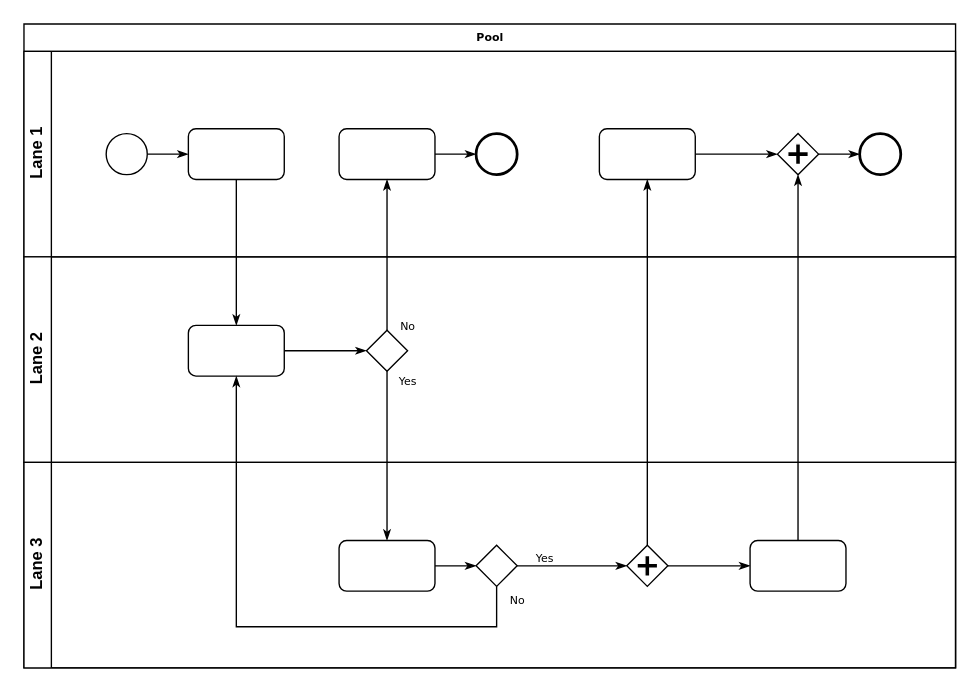
Earlier version of the draw.io diagram Diagrama sin título.drawio (Kapeeee/Diagramas). Source tidied: cells renumbered, new cells numbered last; positions are measured from the earlier drawing's top-left corner, leaving out a move shared by most shapes. Both pictures are drawn from the tidied source at 137%, with x=0, y=0 at pixel (23, 23).
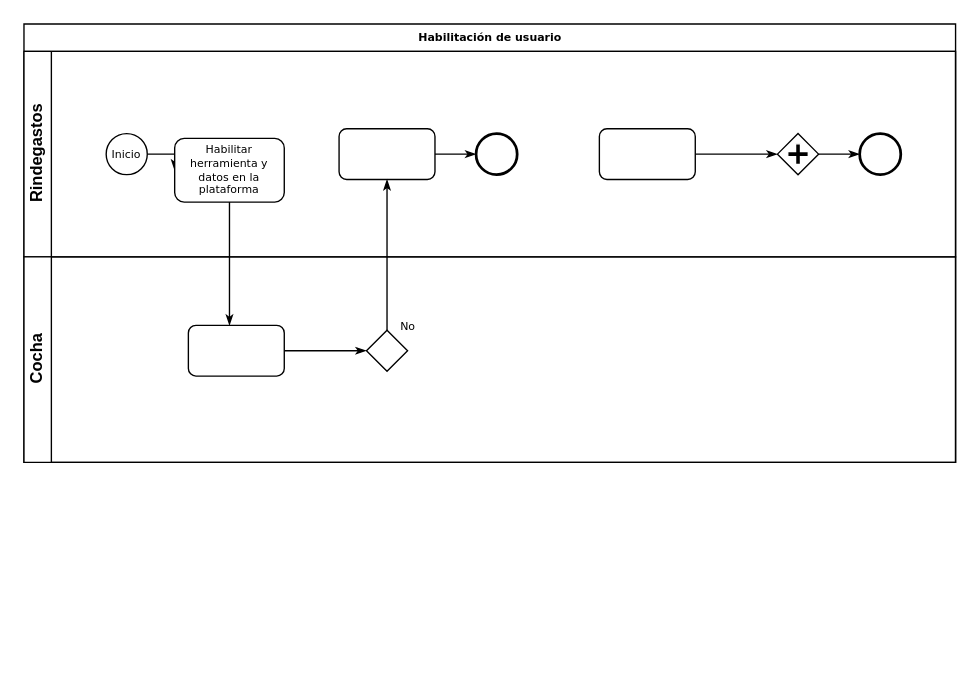
The same page after the edit.

The change refers to these unchanged cells:
```xml
<mxCell id="11" style="rounded=1;whiteSpace=wrap;html=1;shadow=0;labelBackgroundColor=none;strokeWidth=1;fontFamily=Verdana;fontSize=8;align=center;" parent="3" vertex="1">
  <mxGeometry x="420" y="56.5" width="70" height="37" as="geometry" />
</mxCell>
<mxCell id="13" style="shape=mxgraph.bpmn.shape;html=1;verticalLabelPosition=bottom;labelBackgroundColor=#ffffff;verticalAlign=top;perimeter=rhombusPerimeter;background=gateway;outline=none;symbol=parallelGw;rounded=1;shadow=0;strokeWidth=1;fontFamily=Verdana;fontSize=8;align=center;" parent="3" vertex="1">
  <mxGeometry x="550" y="60" width="30" height="30" as="geometry" />
</mxCell>
<mxCell id="17" style="rounded=1;whiteSpace=wrap;html=1;shadow=0;labelBackgroundColor=none;strokeWidth=1;fontFamily=Verdana;fontSize=8;align=center;" parent="15" vertex="1">
  <mxGeometry x="120" y="50" width="70" height="37" as="geometry" />
</mxCell>
<mxCell id="18" style="strokeWidth=1;html=1;shape=mxgraph.flowchart.decision;whiteSpace=wrap;rounded=1;shadow=0;labelBackgroundColor=none;fontFamily=Verdana;fontSize=8;align=center;" parent="15" vertex="1">
  <mxGeometry x="250" y="53.5" width="30" height="30" as="geometry" />
</mxCell>
```

What changed in the source:
```diff
@@
-    <mxCell id="2" value="Pool" style="swimlane;html=1;horizontal=1;startSize=20;rounded=0;shadow=0;labelBackgroundColor=none;strokeWidth=1;fontFamily=Verdana;fontSize=8;align=center;" parent="1" vertex="1">
-      <mxGeometry width="680" height="470" as="geometry" />
+    <mxCell id="2" value="Habilitación de usuario" style="swimlane;html=1;horizontal=1;startSize=20;rounded=0;shadow=0;labelBackgroundColor=none;strokeWidth=1;fontFamily=Verdana;fontSize=8;align=center;" parent="1" vertex="1">
+      <mxGeometry width="680" height="320" as="geometry" />
     </mxCell>
-    <mxCell id="3" value="Lane 1" style="swimlane;html=1;startSize=20;horizontal=0;" parent="2" vertex="1">
+    <mxCell id="3" value="Rindegastos" style="swimlane;html=1;startSize=20;horizontal=0;" parent="2" vertex="1">
       <mxGeometry y="20" width="680" height="150" as="geometry" />
     </mxCell>
@@
-    <mxCell id="5" style="ellipse;whiteSpace=wrap;html=1;rounded=0;shadow=0;labelBackgroundColor=none;strokeWidth=1;fontFamily=Verdana;fontSize=8;align=center;" parent="3" vertex="1">
+    <mxCell id="5" value="Inicio" style="ellipse;whiteSpace=wrap;html=1;rounded=0;shadow=0;labelBackgroundColor=none;strokeWidth=1;fontFamily=Verdana;fontSize=8;align=center;" parent="3" vertex="1">
       <mxGeometry x="60" y="60" width="30" height="30" as="geometry" />
     </mxCell>
-    <mxCell id="6" style="rounded=1;whiteSpace=wrap;html=1;shadow=0;labelBackgroundColor=none;strokeWidth=1;fontFamily=Verdana;fontSize=8;align=center;" parent="3" vertex="1">
-      <mxGeometry x="120" y="56.5" width="70" height="37" as="geometry" />
+    <mxCell id="6" value="Habilitar herramienta y datos en la plataforma" style="rounded=1;whiteSpace=wrap;html=1;shadow=0;labelBackgroundColor=none;strokeWidth=1;fontFamily=Verdana;fontSize=8;align=center;" parent="3" vertex="1">
+      <mxGeometry x="110" y="63.5" width="80" height="46.5" as="geometry" />
     </mxCell>
@@
-    <mxCell id="15" value="Lane 2" style="swimlane;html=1;startSize=20;horizontal=0;" parent="2" vertex="1">
+    <mxCell id="15" value="Cocha" style="swimlane;html=1;startSize=20;horizontal=0;" parent="2" vertex="1">
       <mxGeometry y="170" width="680" height="150" as="geometry" />
     </mxCell>
@@
-    <mxCell id="19" value="Lane 3" style="swimlane;html=1;startSize=20;horizontal=0;" parent="2" vertex="1">
-      <mxGeometry y="320" width="680" height="150" as="geometry" />
-    </mxCell>
-    <mxCell id="20" style="edgeStyle=orthogonalEdgeStyle;rounded=0;html=1;labelBackgroundColor=none;startArrow=none;startFill=0;startSize=5;endArrow=classicThin;endFill=1;endSize=5;jettySize=auto;strokeWidth=1;fontFamily=Verdana;fontSize=8;" parent="19" edge="1" source="21" target="23">
-      <mxGeometry relative="1" as="geometry" />
-    </mxCell>
-    <mxCell id="21" style="rounded=1;whiteSpace=wrap;html=1;shadow=0;labelBackgroundColor=none;strokeWidth=1;fontFamily=Verdana;fontSize=8;align=center;" parent="19" vertex="1">
-      <mxGeometry x="230" y="57" width="70" height="37" as="geometry" />
-    </mxCell>
-    <mxCell id="22" value="Yes" style="edgeStyle=orthogonalEdgeStyle;rounded=0;html=1;entryX=0;entryY=0.5;labelBackgroundColor=none;startArrow=none;startFill=0;startSize=5;endArrow=classicThin;endFill=1;endSize=5;jettySize=auto;strokeWidth=1;fontFamily=Verdana;fontSize=8;" parent="19" edge="1" source="23" target="25">
-      <mxGeometry x="-0.5" y="6" relative="1" as="geometry" />
-    </mxCell>
-    <mxCell id="23" style="strokeWidth=1;html=1;shape=mxgraph.flowchart.decision;whiteSpace=wrap;rounded=1;shadow=0;labelBackgroundColor=none;fontFamily=Verdana;fontSize=8;align=center;" parent="19" vertex="1">
-      <mxGeometry x="330" y="60.5" width="30" height="30" as="geometry" />
-    </mxCell>
-    <mxCell id="24" style="edgeStyle=orthogonalEdgeStyle;rounded=0;html=1;labelBackgroundColor=none;startArrow=none;startFill=0;startSize=5;endArrow=classicThin;endFill=1;endSize=5;jettySize=auto;strokeColor=#000000;strokeWidth=1;fontFamily=Verdana;fontSize=8;fontColor=#000000;" parent="19" edge="1" source="25" target="26">
-      <mxGeometry relative="1" as="geometry" />
-    </mxCell>
-    <mxCell id="25" style="shape=mxgraph.bpmn.shape;html=1;verticalLabelPosition=bottom;labelBackgroundColor=#ffffff;verticalAlign=top;perimeter=rhombusPerimeter;background=gateway;outline=none;symbol=parallelGw;rounded=1;shadow=0;strokeWidth=1;fontFamily=Verdana;fontSize=8;align=center;" parent="19" vertex="1">
-      <mxGeometry x="440" y="60.5" width="30" height="30" as="geometry" />
-    </mxCell>
-    <mxCell id="26" style="rounded=1;whiteSpace=wrap;html=1;shadow=0;labelBackgroundColor=none;strokeWidth=1;fontFamily=Verdana;fontSize=8;align=center;" parent="19" vertex="1">
-      <mxGeometry x="530" y="57" width="70" height="37" as="geometry" />
-    </mxCell>
     <mxCell id="27" style="edgeStyle=orthogonalEdgeStyle;rounded=0;html=1;labelBackgroundColor=none;startArrow=none;startFill=0;startSize=5;endArrow=classicThin;endFill=1;endSize=5;jettySize=auto;strokeWidth=1;fontFamily=Verdana;fontSize=8;" parent="2" edge="1" source="6" target="17">
-      <mxGeometry relative="1" as="geometry" />
+      <mxGeometry relative="1" as="geometry">
+        <Array as="points">
+          <mxPoint x="150" y="200" />
+          <mxPoint x="150" y="200" />
+        </Array>
+      </mxGeometry>
     </mxCell>
@@
-    <mxCell id="29" value="Yes" style="edgeStyle=orthogonalEdgeStyle;rounded=0;html=1;labelBackgroundColor=none;startArrow=none;startFill=0;startSize=5;endArrow=classicThin;endFill=1;endSize=5;jettySize=auto;strokeWidth=1;fontFamily=Verdana;fontSize=8;" parent="2" edge="1" source="18" target="21">
-      <mxGeometry x="-0.89" y="15" relative="1" as="geometry" />
-    </mxCell>
-    <mxCell id="30" style="edgeStyle=orthogonalEdgeStyle;rounded=0;html=1;entryX=0.5;entryY=1;labelBackgroundColor=none;startArrow=none;startFill=0;startSize=5;endArrow=classicThin;endFill=1;endSize=5;jettySize=auto;strokeWidth=1;fontFamily=Verdana;fontSize=8;" parent="2" edge="1" source="26" target="13">
-      <mxGeometry relative="1" as="geometry" />
-    </mxCell>
-    <mxCell id="31" value="No" style="edgeStyle=orthogonalEdgeStyle;rounded=0;html=1;labelBackgroundColor=none;startArrow=none;startFill=0;startSize=5;endArrow=classicThin;endFill=1;endSize=5;jettySize=auto;strokeWidth=1;fontFamily=Verdana;fontSize=8;" parent="2" edge="1" source="23" target="17">
-      <mxGeometry x="-0.95" y="15" relative="1" as="geometry">
-        <Array as="points">
-          <mxPoint x="345" y="440" />
-          <mxPoint x="155" y="440" />
-        </Array>
-      </mxGeometry>
-    </mxCell>
-    <mxCell id="32" style="edgeStyle=orthogonalEdgeStyle;rounded=0;html=1;labelBackgroundColor=none;startArrow=none;startFill=0;startSize=5;endArrow=classicThin;endFill=1;endSize=5;jettySize=auto;strokeWidth=1;fontFamily=Verdana;fontSize=8;" parent="2" edge="1" source="25" target="11">
-      <mxGeometry relative="1" as="geometry" />
-    </mxCell>
```
